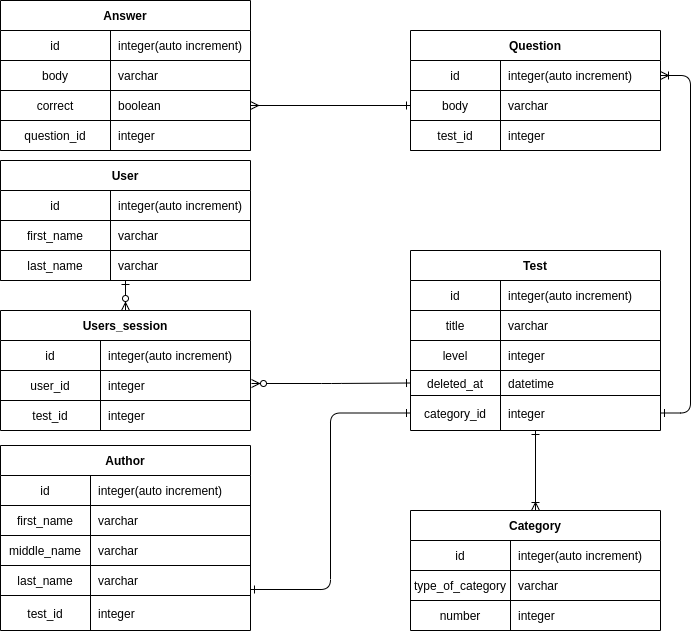
The draw.io diagram ER Diagram .png in Yuliya-Kirich/thinknetika_base, before a commit. Source tidied: cells renumbered, new cells last; positions are measured from the earlier drawing's top-left corner, leaving out a move shared by most shapes.
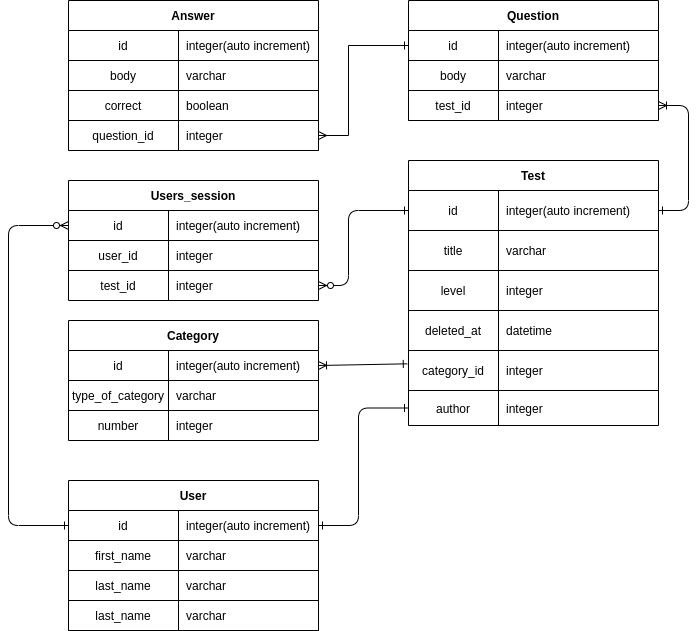
The same file after the commit.

What changed in the source:
```diff
@@ -2,11 +2,11 @@
   <root>
     <mxCell id="0" />
     <mxCell id="1" parent="0" />
-    <mxCell id="2" style="edgeStyle=entityRelationEdgeStyle;endArrow=ERone;startArrow=ERoneToMany;endFill=0;startFill=0;" parent="1" edge="1" source="4" target="26">
+    <mxCell id="2" style="edgeStyle=entityRelationEdgeStyle;endArrow=ERone;startArrow=ERoneToMany;endFill=0;startFill=0;entryX=1;entryY=0.5;entryDx=0;entryDy=0;exitX=1;exitY=0.5;exitDx=0;exitDy=0;" parent="1" edge="1" source="10" target="14">
       <mxGeometry relative="1" as="geometry" />
     </mxCell>
     <mxCell id="3" value="Question" style="shape=table;startSize=30;rowLines=0;fontStyle=1;align=center;" parent="1" vertex="1">
-      <mxGeometry x="410" y="30" width="250" height="120" as="geometry" />
+      <mxGeometry x="400" width="250" height="120" as="geometry" />
     </mxCell>
     <mxCell id="4" style="shape=partialRectangle;fillColor=none;points=[[0,0.5],[1,0.5]];portConstraint=eastwest;top=0;left=0;right=0;bottom=1;" parent="3" vertex="1">
       <mxGeometry y="30" width="250" height="30" as="geometry" />
@@ -36,55 +36,64 @@
       <mxGeometry x="90" width="160" height="30" as="geometry" />
     </mxCell>
     <mxCell id="13" value="Test" style="shape=table;startSize=30;rowLines=0;fontStyle=1;align=center;" parent="1" vertex="1">
-      <mxGeometry x="410" y="250" width="250" height="180" as="geometry" />
+      <mxGeometry x="400" y="160" width="250" height="265" as="geometry" />
     </mxCell>
     <mxCell id="14" style="shape=partialRectangle;fillColor=none;points=[[0,0.5],[1,0.5]];portConstraint=eastwest;top=0;left=0;right=0;bottom=1;" parent="13" vertex="1">
-      <mxGeometry y="30" width="250" height="30" as="geometry" />
+      <mxGeometry y="30" width="250" height="40" as="geometry" />
     </mxCell>
     <mxCell id="15" value="id" style="shape=partialRectangle;overflow=hidden;fillColor=none;top=0;left=0;bottom=0;right=0;fontStyle=0;" parent="14" vertex="1">
-      <mxGeometry width="90" height="30" as="geometry" />
+      <mxGeometry width="90" height="40" as="geometry" />
     </mxCell>
     <mxCell id="16" value="integer(auto increment)" style="shape=partialRectangle;overflow=hidden;fillColor=none;top=0;left=0;bottom=0;right=0;align=left;spacingLeft=6;fontStyle=0;" parent="14" vertex="1">
-      <mxGeometry x="90" width="160" height="30" as="geometry" />
+      <mxGeometry x="90" width="160" height="40" as="geometry" />
     </mxCell>
     <mxCell id="17" style="shape=partialRectangle;fillColor=none;top=0;left=0;right=0;bottom=1;" parent="13" vertex="1">
-      <mxGeometry y="60" width="250" height="30" as="geometry" />
+      <mxGeometry y="70" width="250" height="40" as="geometry" />
     </mxCell>
     <mxCell id="18" value="title" style="shape=partialRectangle;overflow=hidden;fillColor=none;top=0;left=0;bottom=0;right=0;fontStyle=0;" parent="17" vertex="1">
-      <mxGeometry width="90" height="30" as="geometry" />
+      <mxGeometry width="90" height="40" as="geometry" />
     </mxCell>
     <mxCell id="19" value="varchar" style="shape=partialRectangle;overflow=hidden;fillColor=none;top=0;left=0;bottom=0;right=0;align=left;spacingLeft=6;fontStyle=0;" parent="17" vertex="1">
-      <mxGeometry x="90" width="160" height="30" as="geometry" />
+      <mxGeometry x="90" width="160" height="40" as="geometry" />
     </mxCell>
     <mxCell id="20" style="shape=partialRectangle;fillColor=none;top=0;left=0;right=0;bottom=1;" parent="13" vertex="1">
-      <mxGeometry y="90" width="250" height="30" as="geometry" />
+      <mxGeometry y="110" width="250" height="40" as="geometry" />
     </mxCell>
     <mxCell id="21" value="level" style="shape=partialRectangle;overflow=hidden;fillColor=none;top=0;left=0;bottom=0;right=0;fontStyle=0;" parent="20" vertex="1">
-      <mxGeometry width="90" height="30" as="geometry" />
+      <mxGeometry width="90" height="40" as="geometry" />
     </mxCell>
     <mxCell id="22" value="integer" style="shape=partialRectangle;overflow=hidden;fillColor=none;top=0;left=0;bottom=0;right=0;align=left;spacingLeft=6;fontStyle=0;" parent="20" vertex="1">
-      <mxGeometry x="90" width="160" height="30" as="geometry" />
+      <mxGeometry x="90" width="160" height="40" as="geometry" />
     </mxCell>
     <mxCell id="23" style="shape=partialRectangle;fillColor=none;points=[[0,0.5],[1,0.5]];portConstraint=eastwest;top=0;left=0;right=0;bottom=1;" parent="13" vertex="1">
-      <mxGeometry y="120" width="250" height="25" as="geometry" />
+      <mxGeometry y="150" width="250" height="40" as="geometry" />
     </mxCell>
     <mxCell id="24" value="deleted_at" style="shape=partialRectangle;overflow=hidden;fillColor=none;top=0;left=0;bottom=0;right=0;fontStyle=0;" parent="23" vertex="1">
-      <mxGeometry width="90" height="25" as="geometry" />
+      <mxGeometry width="90" height="40" as="geometry" />
     </mxCell>
     <mxCell id="25" value="datetime" style="shape=partialRectangle;overflow=hidden;fillColor=none;top=0;left=0;bottom=0;right=0;align=left;spacingLeft=6;fontStyle=0;" parent="23" vertex="1">
-      <mxGeometry x="90" width="160" height="25" as="geometry" />
+      <mxGeometry x="90" width="160" height="40" as="geometry" />
     </mxCell>
+    <mxCell id="93" style="shape=partialRectangle;fillColor=none;points=[[0,0.5],[1,0.5]];portConstraint=eastwest;top=0;left=0;right=0;bottom=1;" parent="13" vertex="1">
+      <mxGeometry y="190" width="250" height="40" as="geometry" />
+    </mxCell>
+    <mxCell id="94" value="category_id" style="shape=partialRectangle;overflow=hidden;fillColor=none;top=0;left=0;bottom=0;right=0;fontStyle=0;" parent="93" vertex="1">
+      <mxGeometry width="90" height="40" as="geometry" />
+    </mxCell>
+    <mxCell id="91" value="integer" style="shape=partialRectangle;overflow=hidden;fillColor=none;top=0;left=0;bottom=0;right=0;align=left;spacingLeft=6;fontStyle=0;" parent="93" vertex="1">
+      <mxGeometry x="90" width="160" height="40" as="geometry" />
+    </mxCell>
     <mxCell id="26" style="shape=partialRectangle;fillColor=none;points=[[0,0.5],[1,0.5]];portConstraint=eastwest;top=0;left=0;right=0;bottom=0;" parent="13" vertex="1">
-      <mxGeometry y="145" width="250" height="35" as="geometry" />
+      <mxGeometry y="230" width="250" height="35" as="geometry" />
     </mxCell>
-    <mxCell id="27" value="category_id" style="shape=partialRectangle;overflow=hidden;fillColor=none;top=0;left=0;bottom=0;right=0;" parent="26" vertex="1">
+    <mxCell id="27" value="author" style="shape=partialRectangle;overflow=hidden;fillColor=none;top=0;left=0;bottom=0;right=0;" parent="26" vertex="1">
       <mxGeometry width="90" height="35" as="geometry" />
     </mxCell>
     <mxCell id="28" value="integer" style="shape=partialRectangle;overflow=hidden;fillColor=none;top=0;left=0;bottom=0;right=0;align=left;spacingLeft=6;" parent="26" vertex="1">
       <mxGeometry x="90" width="160" height="35" as="geometry" />
     </mxCell>
     <mxCell id="29" value="Answer" style="shape=table;startSize=30;rowLines=0;fontStyle=1;align=center;" parent="1" vertex="1">
-      <mxGeometry width="250" height="150" as="geometry" />
+      <mxGeometry x="60" width="250" height="150" as="geometry" />
     </mxCell>
     <mxCell id="30" style="shape=partialRectangle;fillColor=none;top=0;left=0;right=0;bottom=1;" parent="29" vertex="1">
       <mxGeometry y="30" width="250" height="30" as="geometry" />
@@ -123,7 +132,7 @@
       <mxGeometry x="110" width="140" height="30" as="geometry" />
     </mxCell>
     <mxCell id="42" value="Category" style="shape=table;startSize=30;rowLines=0;fontStyle=1;align=center;" parent="1" vertex="1">
-      <mxGeometry x="410" y="510" width="250" height="120" as="geometry" />
+      <mxGeometry x="60" y="320" width="250" height="120" as="geometry" />
     </mxCell>
     <mxCell id="43" style="shape=partialRectangle;fillColor=none;points=[[0,0.5],[1,0.5]];portConstraint=eastwest;top=0;left=0;right=0;bottom=1;" parent="42" vertex="1">
       <mxGeometry y="30" width="250" height="30" as="geometry" />
@@ -152,19 +161,19 @@
     <mxCell id="51" value="integer" style="shape=partialRectangle;overflow=hidden;fillColor=none;top=0;left=0;bottom=0;right=0;align=left;spacingLeft=6;" parent="49" vertex="1">
       <mxGeometry x="100" width="150" height="30" as="geometry" />
     </mxCell>
-    <mxCell id="52" style="edgeStyle=orthogonalEdgeStyle;rounded=0;jettySize=auto;html=1;entryX=0;entryY=0.5;entryDx=0;entryDy=0;endArrow=ERone;endFill=0;startArrow=ERmany;startFill=0;" parent="1" edge="1" target="7">
+    <mxCell id="52" style="edgeStyle=elbowEdgeStyle;rounded=0;jettySize=auto;html=1;entryX=0;entryY=0.5;entryDx=0;entryDy=0;endArrow=ERone;endFill=0;startArrow=ERmany;startFill=0;exitX=1;exitY=0.5;exitDx=0;exitDy=0;" parent="1" edge="1" source="39" target="4">
       <mxGeometry relative="1" as="geometry">
-        <mxPoint x="250" y="105" as="sourcePoint" />
         <Array as="points">
-          <mxPoint x="250" y="105" />
+          <mxPoint x="340" y="75" />
+          <mxPoint x="340" y="100" />
         </Array>
       </mxGeometry>
     </mxCell>
-    <mxCell id="53" style="endArrow=ERone;startArrow=ERoneToMany;endFill=0;startFill=0;" parent="1" edge="1" source="42" target="26">
+    <mxCell id="53" style="endArrow=ERone;startArrow=ERoneToMany;endFill=0;startFill=0;entryX=-0.005;entryY=0.333;entryDx=0;entryDy=0;entryPerimeter=0;exitX=1;exitY=0.5;exitDx=0;exitDy=0;" parent="1" edge="1" source="43" target="93">
       <mxGeometry relative="1" as="geometry" />
     </mxCell>
     <mxCell id="54" value="User" style="shape=table;startSize=30;rowLines=0;fontStyle=1;align=center;" parent="1" vertex="1">
-      <mxGeometry y="160" width="250" height="120" as="geometry" />
+      <mxGeometry x="60" y="480" width="250" height="150" as="geometry" />
     </mxCell>
     <mxCell id="55" style="shape=partialRectangle;fillColor=none;points=[[0,0.5],[1,0.5]];portConstraint=eastwest;top=0;left=0;right=0;bottom=1;" parent="54" vertex="1">
       <mxGeometry y="30" width="250" height="30" as="geometry" />
@@ -184,8 +193,17 @@
     <mxCell id="60" value="varchar" style="shape=partialRectangle;overflow=hidden;fillColor=none;top=0;left=0;bottom=0;right=0;align=left;spacingLeft=6;fontStyle=0;" parent="58" vertex="1">
       <mxGeometry x="110" width="140" height="30" as="geometry" />
     </mxCell>
+    <mxCell id="83" style="shape=partialRectangle;fillColor=none;top=0;left=0;right=0;bottom=1;" parent="54" vertex="1">
+      <mxGeometry y="90" width="250" height="30" as="geometry" />
+    </mxCell>
+    <mxCell id="87" value="last_name" style="shape=partialRectangle;overflow=hidden;fillColor=none;top=0;left=0;bottom=0;right=0;fontStyle=0;" parent="83" vertex="1">
+      <mxGeometry width="110" height="30" as="geometry" />
+    </mxCell>
+    <mxCell id="95" value="varchar" style="shape=partialRectangle;overflow=hidden;fillColor=none;top=0;left=0;bottom=0;right=0;align=left;spacingLeft=6;fontStyle=0;" parent="83" vertex="1">
+      <mxGeometry x="110" width="140" height="30" as="geometry" />
+    </mxCell>
     <mxCell id="61" style="shape=partialRectangle;fillColor=none;points=[[0,0.5],[1,0.5]];portConstraint=eastwest;top=0;left=0;right=0;bottom=1;" parent="54" vertex="1">
-      <mxGeometry y="90" width="250" height="30" as="geometry" />
+      <mxGeometry y="120" width="250" height="30" as="geometry" />
     </mxCell>
     <mxCell id="62" value="last_name" style="shape=partialRectangle;overflow=hidden;fillColor=none;top=0;left=0;bottom=0;right=0;fontStyle=0;" parent="61" vertex="1">
       <mxGeometry width="110" height="30" as="geometry" />
@@ -194,7 +212,7 @@
       <mxGeometry x="110" width="140" height="30" as="geometry" />
     </mxCell>
     <mxCell id="64" value="Users_session" style="shape=table;startSize=30;rowLines=0;fontStyle=1;align=center;" parent="1" vertex="1">
-      <mxGeometry y="310" width="250" height="120" as="geometry" />
+      <mxGeometry x="60" y="180" width="250" height="120" as="geometry" />
     </mxCell>
     <mxCell id="65" style="shape=partialRectangle;fillColor=none;points=[[0,0.5],[1,0.5]];portConstraint=eastwest;top=0;left=0;right=0;bottom=1;" parent="64" vertex="1">
       <mxGeometry y="30" width="250" height="30" as="geometry" />
@@ -223,64 +241,30 @@
     <mxCell id="73" value="integer" style="shape=partialRectangle;overflow=hidden;fillColor=none;top=0;left=0;bottom=0;right=0;align=left;spacingLeft=6;" parent="71" vertex="1">
       <mxGeometry x="100" width="150" height="30" as="geometry" />
     </mxCell>
-    <mxCell id="74" style="endArrow=ERone;startArrow=ERzeroToMany;endFill=0;startFill=1;entryX=0;entryY=0.5;entryDx=0;entryDy=0;edgeStyle=elbowEdgeStyle;" parent="1" edge="1" target="23">
+    <mxCell id="74" style="endArrow=ERone;startArrow=ERzeroToMany;endFill=0;startFill=1;entryX=0;entryY=0.5;entryDx=0;entryDy=0;edgeStyle=elbowEdgeStyle;exitX=1;exitY=0.5;exitDx=0;exitDy=0;" parent="1" edge="1" source="71" target="14">
       <mxGeometry relative="1" as="geometry">
-        <mxPoint x="251" y="383" as="sourcePoint" />
+        <Array as="points">
+          <mxPoint x="340" y="260" />
+          <mxPoint x="380" y="330" />
+        </Array>
       </mxGeometry>
     </mxCell>
-    <mxCell id="75" style="endArrow=ERone;startArrow=ERzeroToMany;endFill=0;startFill=1;edgeStyle=elbowEdgeStyle;" parent="1" edge="1" source="64" target="61">
-      <mxGeometry relative="1" as="geometry" />
+    <mxCell id="75" style="endArrow=ERone;startArrow=ERzeroToMany;endFill=0;startFill=1;edgeStyle=orthogonalEdgeStyle;entryX=0;entryY=0.5;entryDx=0;entryDy=0;exitX=0;exitY=0.5;exitDx=0;exitDy=0;" parent="1" edge="1" source="65" target="55">
+      <mxGeometry relative="1" as="geometry">
+        <Array as="points">
+          <mxPoint y="225" />
+          <mxPoint y="525" />
+        </Array>
+      </mxGeometry>
     </mxCell>
-    <mxCell id="76" value="Author" style="shape=table;startSize=30;rowLines=0;fontStyle=1;align=center;" parent="1" vertex="1">
-      <mxGeometry y="445" width="250" height="185" as="geometry" />
-    </mxCell>
-    <mxCell id="77" style="shape=partialRectangle;fillColor=none;top=0;left=0;right=0;bottom=1;" parent="76" vertex="1">
-      <mxGeometry y="30" width="250" height="30" as="geometry" />
-    </mxCell>
-    <mxCell id="78" value="id" style="shape=partialRectangle;overflow=hidden;fillColor=none;top=0;left=0;bottom=0;right=0;fontStyle=0;" parent="77" vertex="1">
-      <mxGeometry width="90" height="30" as="geometry" />
-    </mxCell>
-    <mxCell id="79" value="integer(auto increment)" style="shape=partialRectangle;overflow=hidden;fillColor=none;top=0;left=0;bottom=0;right=0;align=left;spacingLeft=6;fontStyle=0;" parent="77" vertex="1">
-      <mxGeometry x="90" width="160" height="30" as="geometry" />
-    </mxCell>
-    <mxCell id="80" style="shape=partialRectangle;fillColor=none;top=0;left=0;right=0;bottom=1;" parent="76" vertex="1">
-      <mxGeometry y="60" width="250" height="30" as="geometry" />
-    </mxCell>
-    <mxCell id="81" value="first_name" style="shape=partialRectangle;overflow=hidden;fillColor=none;top=0;left=0;bottom=0;right=0;fontStyle=0;" parent="80" vertex="1">
-      <mxGeometry width="90" height="30" as="geometry" />
-    </mxCell>
-    <mxCell id="82" value="varchar" style="shape=partialRectangle;overflow=hidden;fillColor=none;top=0;left=0;bottom=0;right=0;align=left;spacingLeft=6;fontStyle=0;" parent="80" vertex="1">
-      <mxGeometry x="90" width="160" height="30" as="geometry" />
-    </mxCell>
-    <mxCell id="83" style="shape=partialRectangle;fillColor=none;top=0;left=0;right=0;bottom=1;" parent="76" vertex="1">
-      <mxGeometry y="90" width="250" height="30" as="geometry" />
-    </mxCell>
-    <mxCell id="84" value="middle_name" style="shape=partialRectangle;overflow=hidden;fillColor=none;top=0;left=0;bottom=0;right=0;fontStyle=0;" parent="83" vertex="1">
-      <mxGeometry width="90" height="30" as="geometry" />
-    </mxCell>
-    <mxCell id="85" value="varchar" style="shape=partialRectangle;overflow=hidden;fillColor=none;top=0;left=0;bottom=0;right=0;align=left;spacingLeft=6;fontStyle=0;" parent="83" vertex="1">
-      <mxGeometry x="90" width="160" height="30" as="geometry" />
-    </mxCell>
-    <mxCell id="86" style="shape=partialRectangle;fillColor=none;points=[[0,0.5],[1,0.5]];portConstraint=eastwest;top=0;left=0;right=0;bottom=1;" parent="76" vertex="1">
-      <mxGeometry y="120" width="250" height="30" as="geometry" />
-    </mxCell>
-    <mxCell id="87" value="last_name" style="shape=partialRectangle;overflow=hidden;fillColor=none;top=0;left=0;bottom=0;right=0;fontStyle=0;" parent="86" vertex="1">
-      <mxGeometry width="90" height="30" as="geometry" />
-    </mxCell>
-    <mxCell id="88" value="varchar" style="shape=partialRectangle;overflow=hidden;fillColor=none;top=0;left=0;bottom=0;right=0;align=left;spacingLeft=6;fontStyle=0;" parent="86" vertex="1">
-      <mxGeometry x="90" width="160" height="30" as="geometry" />
-    </mxCell>
-    <mxCell id="89" style="shape=partialRectangle;fillColor=none;top=0;left=0;right=0;bottom=0;" parent="76" vertex="1">
-      <mxGeometry y="150" width="250" height="35" as="geometry" />
-    </mxCell>
-    <mxCell id="90" value="test_id" style="shape=partialRectangle;overflow=hidden;fillColor=none;top=0;left=0;bottom=0;right=0;" parent="89" vertex="1">
-      <mxGeometry width="90" height="35" as="geometry" />
-    </mxCell>
-    <mxCell id="91" value="integer" style="shape=partialRectangle;overflow=hidden;fillColor=none;top=0;left=0;bottom=0;right=0;align=left;spacingLeft=6;" parent="89" vertex="1">
-      <mxGeometry x="90" width="160" height="35" as="geometry" />
-    </mxCell>
-    <mxCell id="92" style="endArrow=ERone;startArrow=ERone;endFill=0;startFill=0;entryX=0;entryY=0.5;entryDx=0;entryDy=0;edgeStyle=elbowEdgeStyle;exitX=1;exitY=0.8;exitDx=0;exitDy=0;exitPerimeter=0;" parent="1" edge="1" source="86" target="26">
-      <mxGeometry relative="1" as="geometry" />
+    <mxCell id="92" style="endArrow=ERone;startArrow=ERone;endFill=0;startFill=0;entryX=0;entryY=0.5;entryDx=0;entryDy=0;edgeStyle=elbowEdgeStyle;exitX=1;exitY=0.5;exitDx=0;exitDy=0;" parent="1" edge="1" source="55" target="26">
+      <mxGeometry relative="1" as="geometry">
+        <Array as="points">
+          <mxPoint x="350" y="480" />
+          <mxPoint x="340" y="280" />
+          <mxPoint x="390" y="430" />
+        </Array>
+      </mxGeometry>
     </mxCell>
   </root>
 </mxGraphModel>
```
